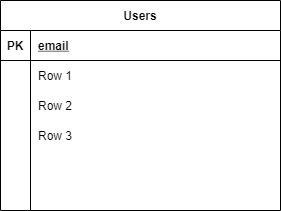
Earlier version of the draw.io export img/Member Management.drawio.png (wch18735/Data-Modelling). Source tidied: cells renumbered, new cells last; positions are measured from the earlier drawing's top-left corner, leaving out a move shared by most shapes.
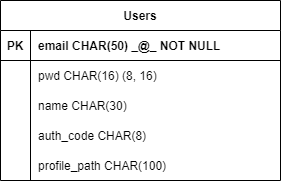
After the commit.

Diff of the diagram source:
```diff
@@ -3,7 +3,7 @@
     <mxCell id="0" />
     <mxCell id="1" parent="0" />
     <mxCell id="2" value="Users" style="shape=table;startSize=30;rowLines=0;fontStyle=1;align=center;hachureGap=4;" parent="1" vertex="1">
-      <mxGeometry width="280" height="210" as="geometry" />
+      <mxGeometry width="280" height="180" as="geometry" />
     </mxCell>
     <mxCell id="3" style="shape=partialRectangle;fillColor=none;top=0;left=0;bottom=1;right=0;" parent="2" vertex="1">
       <mxGeometry y="30" width="280" height="30" as="geometry" />
@@ -11,7 +11,7 @@
     <mxCell id="4" value="PK" style="shape=partialRectangle;fillColor=none;top=0;left=0;bottom=0;right=0;fontStyle=1;overflow=hidden;" parent="3" vertex="1">
       <mxGeometry width="30" height="30" as="geometry" />
     </mxCell>
-    <mxCell id="5" value="email" style="shape=partialRectangle;fillColor=none;top=0;left=0;bottom=0;right=0;align=left;spacingLeft=6;fontStyle=5;overflow=hidden;" parent="3" vertex="1">
+    <mxCell id="5" value="email CHAR(50) _@_ NOT NULL" style="shape=partialRectangle;fillColor=none;top=0;left=0;bottom=0;right=0;align=left;spacingLeft=6;fontStyle=1;overflow=hidden;" parent="3" vertex="1">
       <mxGeometry x="30" width="250" height="30" as="geometry" />
     </mxCell>
     <mxCell id="6" style="shape=partialRectangle;fillColor=none;top=0;left=0;bottom=0;right=0;" parent="2" vertex="1">
@@ -20,7 +20,7 @@
     <mxCell id="7" style="shape=partialRectangle;fillColor=none;top=0;left=0;bottom=0;right=0;overflow=hidden;" parent="6" vertex="1">
       <mxGeometry width="30" height="30" as="geometry" />
     </mxCell>
-    <mxCell id="8" value="Row 1" style="shape=partialRectangle;fillColor=none;top=0;left=0;bottom=0;right=0;align=left;spacingLeft=6;overflow=hidden;" parent="6" vertex="1">
+    <mxCell id="8" value="pwd CHAR(16) (8, 16)" style="shape=partialRectangle;fillColor=none;top=0;left=0;bottom=0;right=0;align=left;spacingLeft=6;overflow=hidden;" parent="6" vertex="1">
       <mxGeometry x="30" width="250" height="30" as="geometry" />
     </mxCell>
     <mxCell id="9" style="shape=partialRectangle;fillColor=none;top=0;left=0;bottom=0;right=0;" parent="2" vertex="1">
@@ -29,7 +29,7 @@
     <mxCell id="10" style="shape=partialRectangle;fillColor=none;top=0;left=0;bottom=0;right=0;overflow=hidden;" parent="9" vertex="1">
       <mxGeometry width="30" height="30" as="geometry" />
     </mxCell>
-    <mxCell id="11" value="Row 2" style="shape=partialRectangle;fillColor=none;top=0;left=0;bottom=0;right=0;align=left;spacingLeft=6;overflow=hidden;" parent="9" vertex="1">
+    <mxCell id="11" value="name CHAR(30)" style="shape=partialRectangle;fillColor=none;top=0;left=0;bottom=0;right=0;align=left;spacingLeft=6;overflow=hidden;" parent="9" vertex="1">
       <mxGeometry x="30" width="250" height="30" as="geometry" />
     </mxCell>
     <mxCell id="12" style="shape=partialRectangle;fillColor=none;top=0;left=0;bottom=0;right=0;" parent="2" vertex="1">
@@ -38,8 +38,17 @@
     <mxCell id="13" style="shape=partialRectangle;fillColor=none;top=0;left=0;bottom=0;right=0;overflow=hidden;" parent="12" vertex="1">
       <mxGeometry width="30" height="30" as="geometry" />
     </mxCell>
-    <mxCell id="14" value="Row 3" style="shape=partialRectangle;fillColor=none;top=0;left=0;bottom=0;right=0;align=left;spacingLeft=6;overflow=hidden;" parent="12" vertex="1">
+    <mxCell id="14" value="auth_code CHAR(8) " style="shape=partialRectangle;fillColor=none;top=0;left=0;bottom=0;right=0;align=left;spacingLeft=6;overflow=hidden;" parent="12" vertex="1">
       <mxGeometry x="30" width="250" height="30" as="geometry" />
     </mxCell>
+    <mxCell id="15" style="shape=partialRectangle;fillColor=none;top=0;left=0;bottom=0;right=0;" parent="2" vertex="1">
+      <mxGeometry y="150" width="280" height="30" as="geometry" />
+    </mxCell>
+    <mxCell id="16" style="shape=partialRectangle;fillColor=none;top=0;left=0;bottom=0;right=0;overflow=hidden;" parent="15" vertex="1">
+      <mxGeometry width="30" height="30" as="geometry" />
+    </mxCell>
+    <mxCell id="17" value="profile_path CHAR(100) " style="shape=partialRectangle;fillColor=none;top=0;left=0;bottom=0;right=0;align=left;spacingLeft=6;overflow=hidden;" parent="15" vertex="1">
+      <mxGeometry x="30" width="250" height="30" as="geometry" />
+    </mxCell>
   </root>
 </mxGraphModel>
```
